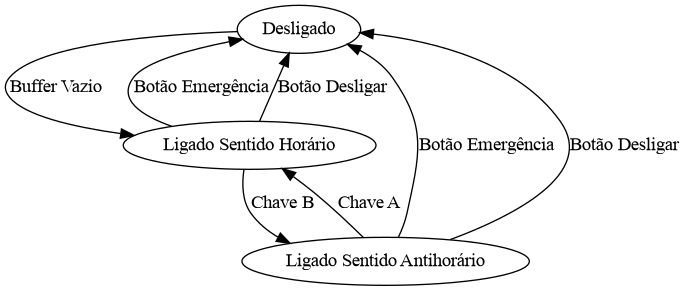
The Graphviz diagram src/tex/img/automato_motor.png in akafael/unb-controle-para-automacao, before a commit. Its source is kept beside it as src/dot/automato_motor.dot. The source it was exported from:
```dot
digraph G {
    MotorOff [label = "Desligado"]
	MotorA [label = "Ligado Sentido Horário"]
	MotorB [label = "Ligado Sentido Antihorário"]

    MotorOff -> MotorA [label = "Buffer Vazio"]

    MotorA -> MotorB [label = "Chave B"]
    MotorB -> MotorA [label = "Chave A"]

    MotorA -> MotorOff [label = "Botão Emergência"]
    MotorB -> MotorOff [label = "Botão Emergência"]

    MotorA -> MotorOff [label = "Botão Desligar"]
    MotorB -> MotorOff [label = "Botão Desligar"]
}
```
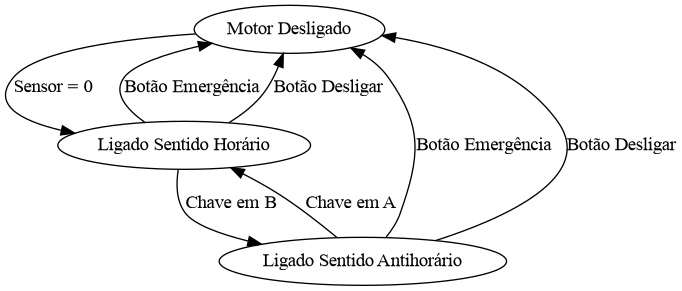
The same diagram one commit later.

Change to the diagram source:
```diff
@@ -1,12 +1,12 @@
 digraph G {
-    MotorOff [label = "Desligado"]
+    MotorOff [label = "Motor Desligado"]
 	MotorA [label = "Ligado Sentido Horário"]
 	MotorB [label = "Ligado Sentido Antihorário"]
 
-    MotorOff -> MotorA [label = "Buffer Vazio"]
+    MotorOff -> MotorA [label = "Sensor = 0"]
 
-    MotorA -> MotorB [label = "Chave B"]
-    MotorB -> MotorA [label = "Chave A"]
+    MotorA -> MotorB [label = "Chave em B"]
+    MotorB -> MotorA [label = "Chave em A"]
 
     MotorA -> MotorOff [label = "Botão Emergência"]
     MotorB -> MotorOff [label = "Botão Emergência"]
```
